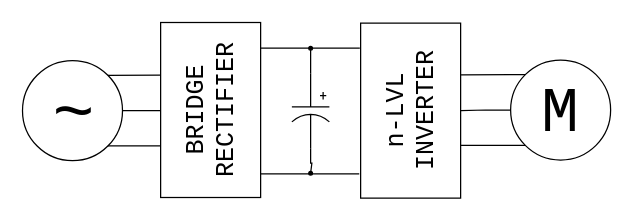
Above: inverter_ac_motor_driver_2.drawio in thece36/drawio (draw.io), before the change. Source tidied: cells renumbered, new cells numbered last; positions are measured from the earlier drawing's top-left corner, leaving out a move shared by most shapes. Both pictures are drawn from the tidied source at 125%, with x=0, y=0 at pixel (22, 22).
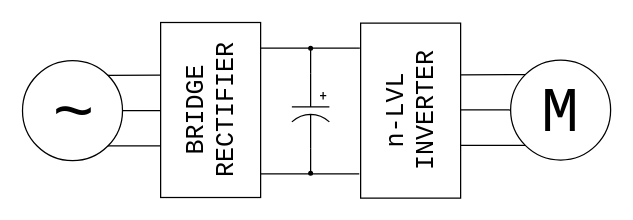
After the change.

Unchanged cells that the change refers to:
```xml
<mxCell id="8" style="verticalLabelPosition=bottom;shadow=0;dashed=0;align=center;fillColor=#ffffff;html=1;verticalAlign=top;strokeWidth=1;shape=mxgraph.electrical.capacitors.capacitor_3;fontSize=56;direction=south;" parent="1" vertex="1">
  <mxGeometry x="215" y="40" width="30" height="60" as="geometry" />
</mxCell>
<mxCell id="12" style="ellipse;whiteSpace=wrap;html=1;fillColor=none;" parent="1" vertex="1">
  <mxGeometry x="390" y="29.5" width="80" height="80" as="geometry" />
</mxCell>
<mxCell id="15" value="n-LVL INVERTER" style="rounded=0;whiteSpace=wrap;html=1;strokeColor=#000000;fillColor=none;horizontal=0;fontSize=20;fontFamily=Courier New;" parent="1" vertex="1">
  <mxGeometry x="270" width="80" height="140" as="geometry" />
</mxCell>
```

Diff of the diagram source:
```diff
@@
     <mxCell id="7" style="edgeStyle=orthogonalEdgeStyle;rounded=0;jettySize=auto;html=1;endArrow=oval;endFill=1;endSize=3;fontSize=56;exitX=1;exitY=0.5;exitDx=0;exitDy=0;exitPerimeter=0;" parent="1" edge="1" source="8">
       <mxGeometry relative="1" as="geometry">
         <mxPoint x="230" y="120" as="targetPoint" />
         <Array as="points">
-          <mxPoint x="231" y="112" />
+          <mxPoint x="230" y="115" />
+          <mxPoint x="230" y="115" />
         </Array>
       </mxGeometry>
     </mxCell>
@@
-    <mxCell id="10" style="edgeStyle=orthogonalEdgeStyle;rounded=0;jettySize=auto;html=1;exitX=0;exitY=0.5;exitDx=0;exitDy=0;startArrow=none;startFill=0;startSize=3;endArrow=none;endFill=0;endSize=3;fontSize=56;entryX=1;entryY=0.5;entryDx=0;entryDy=0;" parent="1" edge="1" source="12" target="15">
+    <mxCell id="10" style="rounded=0;jettySize=auto;html=1;exitX=0;exitY=0.5;exitDx=0;exitDy=0;startArrow=none;startFill=0;startSize=3;endArrow=none;endFill=0;endSize=3;fontSize=56;entryX=1.001;entryY=0.496;entryDx=0;entryDy=0;entryPerimeter=0;" parent="1" edge="1" source="12" target="15">
       <mxGeometry relative="1" as="geometry" />
     </mxCell>
```
